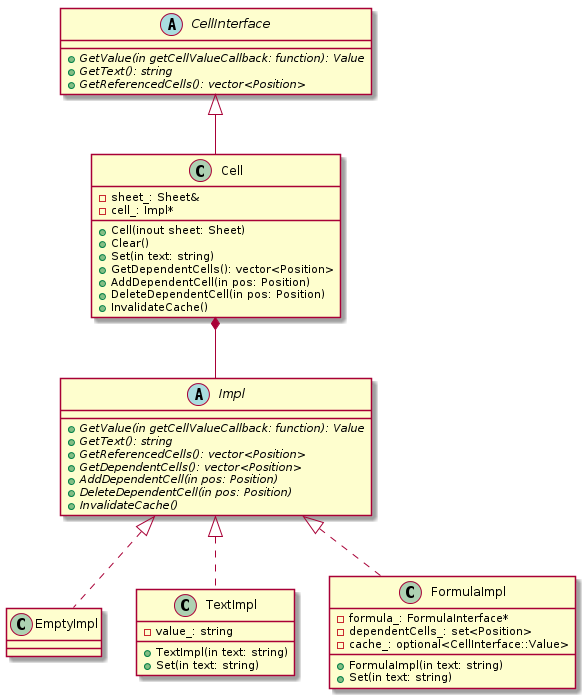
This is uml/png/cell.png from kazarynau/YandexPraktikumFinal, a PlantUML export, as it was before one commit.
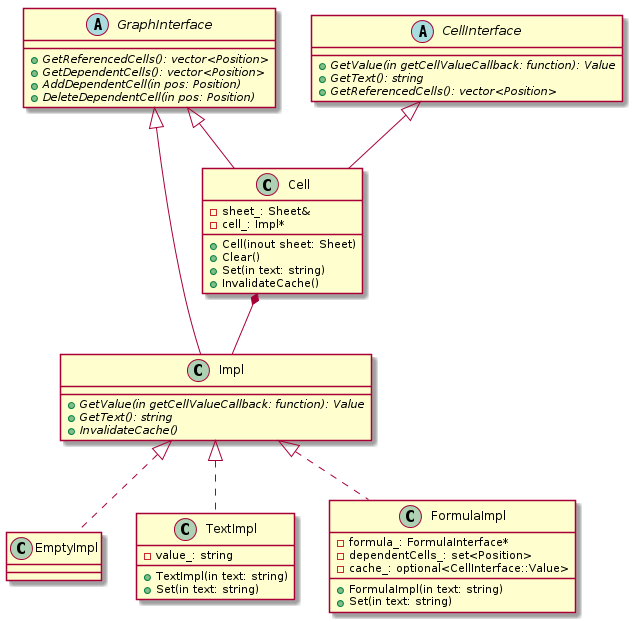
The same diagram one commit later.

What changed in the source:
```diff
@@ -1,14 +1,19 @@
 @startuml
+
+abstract class GraphInterface {
+    +{abstract} GetReferencedCells(): vector<Position>
+    +{abstract} GetDependentCells(): vector<Position>
+    +{abstract} AddDependentCell(in pos: Position)
+    +{abstract} DeleteDependentCell(in pos: Position)
+}
 
 abstract class Impl {
     +{abstract} GetValue(in getCellValueCallback: function): Value
     +{abstract} GetText(): string
-    +{abstract} GetReferencedCells(): vector<Position>
-    +{abstract} GetDependentCells(): vector<Position>
-    +{abstract} AddDependentCell(in pos: Position)
-    +{abstract} DeleteDependentCell(in pos: Position)
     +{abstract} InvalidateCache()
 }
+
+class Impl extends GraphInterface
 
 class EmptyImpl {
 }
@@ -42,15 +47,13 @@
     +Cell(inout sheet: Sheet)
     +Clear()
     +Set(in text: string)
-    +GetDependentCells(): vector<Position>
-    +AddDependentCell(in pos: Position)
-    +DeleteDependentCell(in pos: Position)
     +InvalidateCache()
     -sheet_: Sheet&
     -cell_: Impl*
 }
 
 class Cell extends CellInterface
+class Cell extends GraphInterface
 Cell *-r- Impl
 
 @enduml
```
